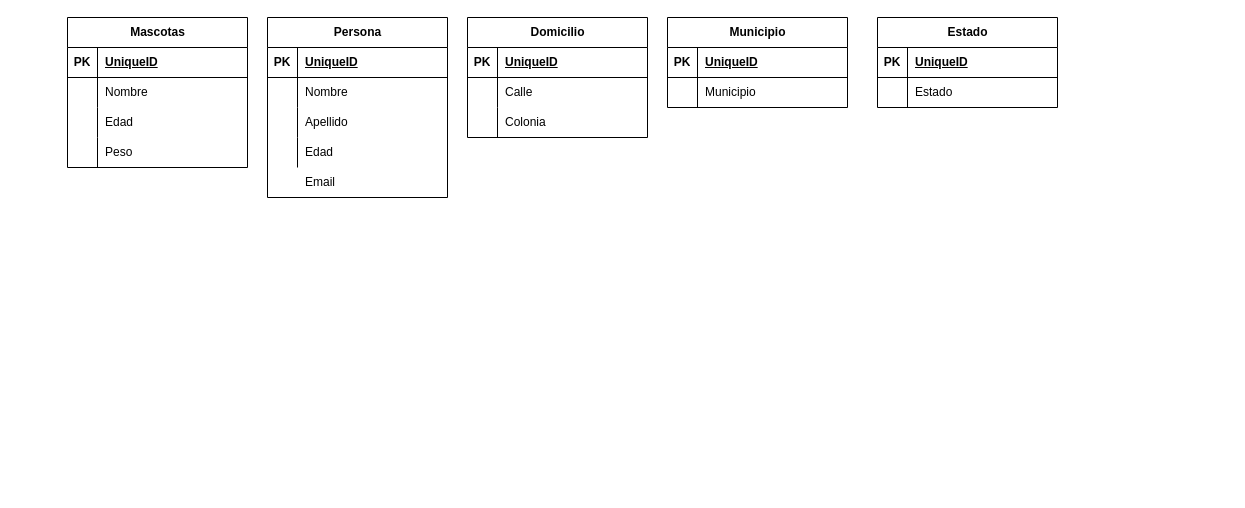
The draw.io diagram relacionDeClases.drawio in alensgamer/Infotec-Codes, before the edit. Source tidied: cells renumbered, new cells numbered last; positions are measured from the earlier drawing's top-left corner, leaving out a move shared by most shapes. Both pictures are drawn from the tidied source at 100%, with x=0, y=0 at pixel (67, 17).
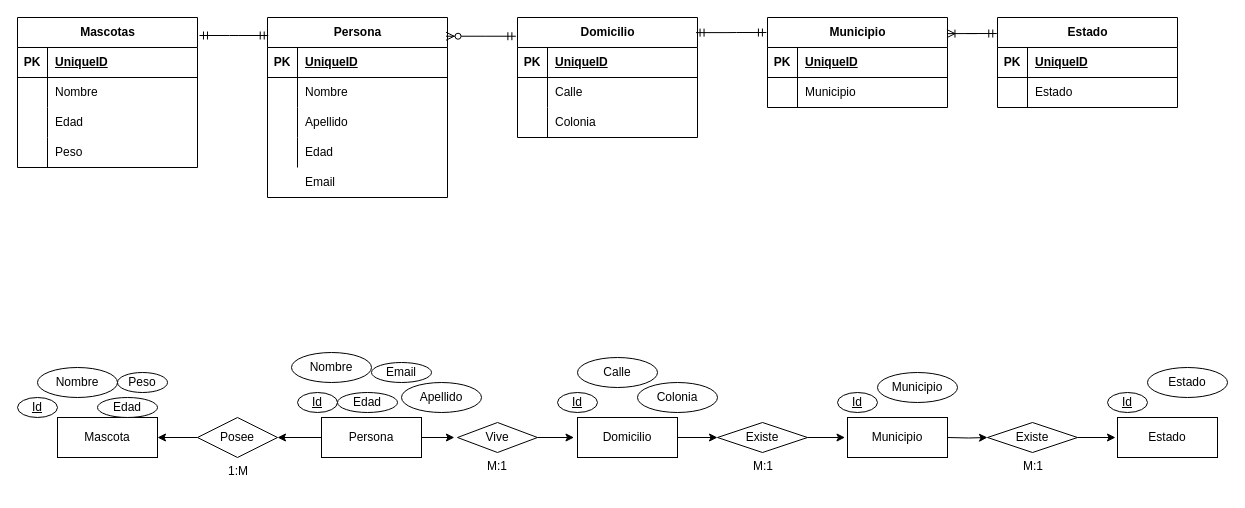
The same page after the edit.

The change refers to these unchanged cells:
```xml
<mxCell id="2" value="Persona" style="shape=table;startSize=30;childLayout=tableLayout;rowLines=0;fontStyle=1;align=center;html=1;" parent="1" vertex="1">
  <mxGeometry x="200" width="180" height="180" as="geometry" />
</mxCell>
```

Diff of the diagram source:
```diff
@@
     <mxCell id="15" value="Mascotas" style="shape=table;startSize=30;childLayout=tableLayout;rowLines=0;fontStyle=1;align=center;html=1;" parent="1" vertex="1">
-      <mxGeometry width="180" height="150" as="geometry" />
+      <mxGeometry x="-50" width="180" height="150" as="geometry" />
     </mxCell>
@@
     <mxCell id="28" value="Municipio" style="shape=table;startSize=30;childLayout=tableLayout;rowLines=0;fontStyle=1;align=center;html=1;" parent="1" vertex="1">
-      <mxGeometry x="600" width="180" height="90" as="geometry" />
+      <mxGeometry x="700" width="180" height="90" as="geometry" />
     </mxCell>
@@
     <mxCell id="35" value="Domicilio" style="shape=table;startSize=30;childLayout=tableLayout;rowLines=0;fontStyle=1;align=center;html=1;" parent="1" vertex="1">
-      <mxGeometry x="400" width="180" height="120" as="geometry" />
+      <mxGeometry x="450" width="180" height="120" as="geometry" />
     </mxCell>
@@
     <mxCell id="45" value="Estado" style="shape=table;startSize=30;childLayout=tableLayout;rowLines=0;fontStyle=1;align=center;html=1;" parent="1" vertex="1">
-      <mxGeometry x="810" width="180" height="90" as="geometry" />
+      <mxGeometry x="930" width="180" height="90" as="geometry" />
     </mxCell>
@@
+    <mxCell id="53" style="edgeStyle=entityRelationEdgeStyle;fontSize=12;html=1;endArrow=ERmandOne;startArrow=ERmandOne;rounded=0;exitX=1.011;exitY=0.12;exitDx=0;exitDy=0;exitPerimeter=0;entryX=0.004;entryY=0.1;entryDx=0;entryDy=0;entryPerimeter=0;" parent="1" edge="1" source="15" target="2">
+      <mxGeometry relative="1" as="geometry" />
+    </mxCell>
+    <mxCell id="54" style="edgeStyle=entityRelationEdgeStyle;fontSize=12;html=1;endArrow=ERzeroToMany;startArrow=ERmandOne;rounded=0;exitX=-0.009;exitY=0.156;exitDx=0;exitDy=0;exitPerimeter=0;entryX=0.992;entryY=0.104;entryDx=0;entryDy=0;entryPerimeter=0;" parent="1" edge="1" source="35" target="2">
+      <mxGeometry relative="1" as="geometry" />
+    </mxCell>
+    <mxCell id="55" style="edgeStyle=entityRelationEdgeStyle;fontSize=12;html=1;endArrow=ERmandOne;startArrow=ERmandOne;rounded=0;exitX=0.992;exitY=0.126;exitDx=0;exitDy=0;exitPerimeter=0;entryX=-0.006;entryY=0.167;entryDx=0;entryDy=0;entryPerimeter=0;" parent="1" edge="1" source="35" target="28">
+      <mxGeometry relative="1" as="geometry" />
+    </mxCell>
+    <mxCell id="56" style="edgeStyle=entityRelationEdgeStyle;fontSize=12;html=1;endArrow=ERoneToMany;startArrow=ERmandOne;rounded=0;exitX=-0.004;exitY=0.178;exitDx=0;exitDy=0;exitPerimeter=0;entryX=0.997;entryY=0.179;entryDx=0;entryDy=0;entryPerimeter=0;" parent="1" edge="1" source="45" target="28">
+      <mxGeometry relative="1" as="geometry" />
+    </mxCell>
+    <mxCell id="57" value="Mascota" style="whiteSpace=wrap;html=1;align=center;" parent="1" vertex="1">
+      <mxGeometry x="-10" y="400" width="100" height="40" as="geometry" />
+    </mxCell>
+    <mxCell id="58" value="Id" style="ellipse;whiteSpace=wrap;html=1;align=center;fontStyle=4;" parent="1" vertex="1">
+      <mxGeometry x="-50" y="380" width="40" height="20" as="geometry" />
+    </mxCell>
+    <mxCell id="59" value="Peso" style="ellipse;whiteSpace=wrap;html=1;align=center;" parent="1" vertex="1">
+      <mxGeometry x="50" y="355" width="50" height="20" as="geometry" />
+    </mxCell>
+    <mxCell id="60" value="Edad" style="ellipse;whiteSpace=wrap;html=1;align=center;" parent="1" vertex="1">
+      <mxGeometry x="30" y="380" width="60" height="20" as="geometry" />
+    </mxCell>
+    <mxCell id="61" value="Nombre" style="ellipse;whiteSpace=wrap;html=1;align=center;" parent="1" vertex="1">
+      <mxGeometry x="-30" y="350" width="80" height="30" as="geometry" />
+    </mxCell>
+    <mxCell id="62" style="edgeStyle=orthogonalEdgeStyle;rounded=0;jettySize=auto;html=1;exitX=0;exitY=0.5;exitDx=0;exitDy=0;entryX=1;entryY=0.5;entryDx=0;entryDy=0;" parent="1" edge="1" source="63" target="70">
+      <mxGeometry relative="1" as="geometry" />
+    </mxCell>
+    <mxCell id="63" value="Persona" style="whiteSpace=wrap;html=1;align=center;" parent="1" vertex="1">
+      <mxGeometry x="254" y="400" width="100" height="40" as="geometry" />
+    </mxCell>
+    <mxCell id="64" value="Id" style="ellipse;whiteSpace=wrap;html=1;align=center;fontStyle=4;" parent="1" vertex="1">
+      <mxGeometry x="230" y="375" width="40" height="20" as="geometry" />
+    </mxCell>
+    <mxCell id="65" value="Nombre" style="ellipse;whiteSpace=wrap;html=1;align=center;" parent="1" vertex="1">
+      <mxGeometry x="224" y="335" width="80" height="30" as="geometry" />
+    </mxCell>
+    <mxCell id="66" value="Edad" style="ellipse;whiteSpace=wrap;html=1;align=center;" parent="1" vertex="1">
+      <mxGeometry x="270" y="375" width="60" height="20" as="geometry" />
+    </mxCell>
+    <mxCell id="67" value="Apellido" style="ellipse;whiteSpace=wrap;html=1;align=center;" parent="1" vertex="1">
+      <mxGeometry x="334" y="365" width="80" height="30" as="geometry" />
+    </mxCell>
+    <mxCell id="68" value="Email" style="ellipse;whiteSpace=wrap;html=1;align=center;" parent="1" vertex="1">
+      <mxGeometry x="304" y="345" width="60" height="20" as="geometry" />
+    </mxCell>
+    <mxCell id="69" style="edgeStyle=orthogonalEdgeStyle;rounded=0;jettySize=auto;html=1;exitX=0;exitY=0.5;exitDx=0;exitDy=0;entryX=1;entryY=0.5;entryDx=0;entryDy=0;" parent="1" edge="1" source="70" target="57">
+      <mxGeometry relative="1" as="geometry" />
+    </mxCell>
+    <mxCell id="70" value="Posee" style="shape=rhombus;perimeter=rhombusPerimeter;whiteSpace=wrap;html=1;align=center;" parent="1" vertex="1">
+      <mxGeometry x="130" y="400" width="80" height="40" as="geometry" />
+    </mxCell>
+    <mxCell id="71" value="1:M" style="text;strokeColor=none;fillColor=none;spacingLeft=4;spacingRight=4;overflow=hidden;fontSize=12;whiteSpace=wrap;html=1;" parent="1" vertex="1">
+      <mxGeometry x="155" y="440" width="30" height="30" as="geometry" />
+    </mxCell>
+    <mxCell id="72" style="edgeStyle=orthogonalEdgeStyle;rounded=0;jettySize=auto;html=1;exitX=1;exitY=0.5;exitDx=0;exitDy=0;entryX=0;entryY=0.5;entryDx=0;entryDy=0;" parent="1" edge="1" source="73" target="81">
+      <mxGeometry relative="1" as="geometry" />
+    </mxCell>
+    <mxCell id="73" value="Domicilio" style="whiteSpace=wrap;html=1;align=center;" parent="1" vertex="1">
+      <mxGeometry x="510" y="400" width="100" height="40" as="geometry" />
+    </mxCell>
+    <mxCell id="74" value="Id" style="ellipse;whiteSpace=wrap;html=1;align=center;fontStyle=4;" parent="1" vertex="1">
+      <mxGeometry x="490" y="375" width="40" height="20" as="geometry" />
+    </mxCell>
+    <mxCell id="75" value="Calle" style="ellipse;whiteSpace=wrap;html=1;align=center;" parent="1" vertex="1">
+      <mxGeometry x="510" y="340" width="80" height="30" as="geometry" />
+    </mxCell>
+    <mxCell id="76" value="Colonia" style="ellipse;whiteSpace=wrap;html=1;align=center;" parent="1" vertex="1">
+      <mxGeometry x="570" y="365" width="80" height="30" as="geometry" />
+    </mxCell>
+    <mxCell id="77" value="Vive" style="shape=rhombus;perimeter=rhombusPerimeter;whiteSpace=wrap;html=1;align=center;" parent="1" vertex="1">
+      <mxGeometry x="390" y="405" width="80" height="30" as="geometry" />
+    </mxCell>
+    <mxCell id="78" style="edgeStyle=orthogonalEdgeStyle;rounded=0;jettySize=auto;html=1;exitX=1;exitY=0.5;exitDx=0;exitDy=0;entryX=-0.039;entryY=0.512;entryDx=0;entryDy=0;entryPerimeter=0;" parent="1" edge="1" source="63" target="77">
+      <mxGeometry relative="1" as="geometry" />
+    </mxCell>
+    <mxCell id="79" style="edgeStyle=orthogonalEdgeStyle;rounded=0;jettySize=auto;html=1;exitX=1;exitY=0.5;exitDx=0;exitDy=0;entryX=-0.035;entryY=0.491;entryDx=0;entryDy=0;entryPerimeter=0;" parent="1" edge="1" source="77" target="73">
+      <mxGeometry relative="1" as="geometry" />
+    </mxCell>
+    <mxCell id="80" value="M:1" style="text;strokeColor=none;fillColor=none;spacingLeft=4;spacingRight=4;overflow=hidden;fontSize=12;whiteSpace=wrap;html=1;" parent="1" vertex="1">
+      <mxGeometry x="414" y="435" width="30" height="30" as="geometry" />
+    </mxCell>
+    <mxCell id="81" value="Existe" style="shape=rhombus;perimeter=rhombusPerimeter;whiteSpace=wrap;html=1;align=center;" parent="1" vertex="1">
+      <mxGeometry x="650" y="405" width="90" height="30" as="geometry" />
+    </mxCell>
+    <mxCell id="82" value="Municipio" style="whiteSpace=wrap;html=1;align=center;" parent="1" vertex="1">
+      <mxGeometry x="780" y="400" width="100" height="40" as="geometry" />
+    </mxCell>
+    <mxCell id="83" style="edgeStyle=orthogonalEdgeStyle;rounded=0;jettySize=auto;html=1;exitX=1;exitY=0.5;exitDx=0;exitDy=0;entryX=-0.025;entryY=0.509;entryDx=0;entryDy=0;entryPerimeter=0;" parent="1" edge="1" source="81" target="82">
+      <mxGeometry relative="1" as="geometry" />
+    </mxCell>
+    <mxCell id="84" style="edgeStyle=orthogonalEdgeStyle;rounded=0;jettySize=auto;html=1;exitX=1;exitY=0.5;exitDx=0;exitDy=0;entryX=0;entryY=0.5;entryDx=0;entryDy=0;" parent="1" edge="1" target="85">
+      <mxGeometry relative="1" as="geometry">
+        <mxPoint x="880" y="420" as="sourcePoint" />
+      </mxGeometry>
+    </mxCell>
+    <mxCell id="85" value="Existe" style="shape=rhombus;perimeter=rhombusPerimeter;whiteSpace=wrap;html=1;align=center;" parent="1" vertex="1">
+      <mxGeometry x="920" y="405" width="90" height="30" as="geometry" />
+    </mxCell>
+    <mxCell id="86" style="edgeStyle=orthogonalEdgeStyle;rounded=0;jettySize=auto;html=1;exitX=1;exitY=0.5;exitDx=0;exitDy=0;entryX=-0.025;entryY=0.509;entryDx=0;entryDy=0;entryPerimeter=0;" parent="1" edge="1" source="85">
+      <mxGeometry relative="1" as="geometry">
+        <mxPoint x="1048" y="420" as="targetPoint" />
+      </mxGeometry>
+    </mxCell>
+    <mxCell id="87" value="Estado" style="whiteSpace=wrap;html=1;align=center;" parent="1" vertex="1">
+      <mxGeometry x="1050" y="400" width="100" height="40" as="geometry" />
+    </mxCell>
+    <mxCell id="88" value="Id" style="ellipse;whiteSpace=wrap;html=1;align=center;fontStyle=4;" parent="1" vertex="1">
+      <mxGeometry x="770" y="375" width="40" height="20" as="geometry" />
+    </mxCell>
+    <mxCell id="89" value="Id" style="ellipse;whiteSpace=wrap;html=1;align=center;fontStyle=4;" parent="1" vertex="1">
+      <mxGeometry x="1040" y="375" width="40" height="20" as="geometry" />
+    </mxCell>
+    <mxCell id="90" value="Municipio" style="ellipse;whiteSpace=wrap;html=1;align=center;" parent="1" vertex="1">
+      <mxGeometry x="810" y="355" width="80" height="30" as="geometry" />
+    </mxCell>
+    <mxCell id="91" value="Estado" style="ellipse;whiteSpace=wrap;html=1;align=center;" parent="1" vertex="1">
+      <mxGeometry x="1080" y="350" width="80" height="30" as="geometry" />
+    </mxCell>
+    <mxCell id="92" value="M:1" style="text;strokeColor=none;fillColor=none;spacingLeft=4;spacingRight=4;overflow=hidden;fontSize=12;whiteSpace=wrap;html=1;" parent="1" vertex="1">
+      <mxGeometry x="680" y="435" width="30" height="20" as="geometry" />
+    </mxCell>
+    <mxCell id="93" value="M:1" style="text;strokeColor=none;fillColor=none;spacingLeft=4;spacingRight=4;overflow=hidden;fontSize=12;whiteSpace=wrap;html=1;" parent="1" vertex="1">
+      <mxGeometry x="950" y="435" width="30" height="20" as="geometry" />
+    </mxCell>
```
